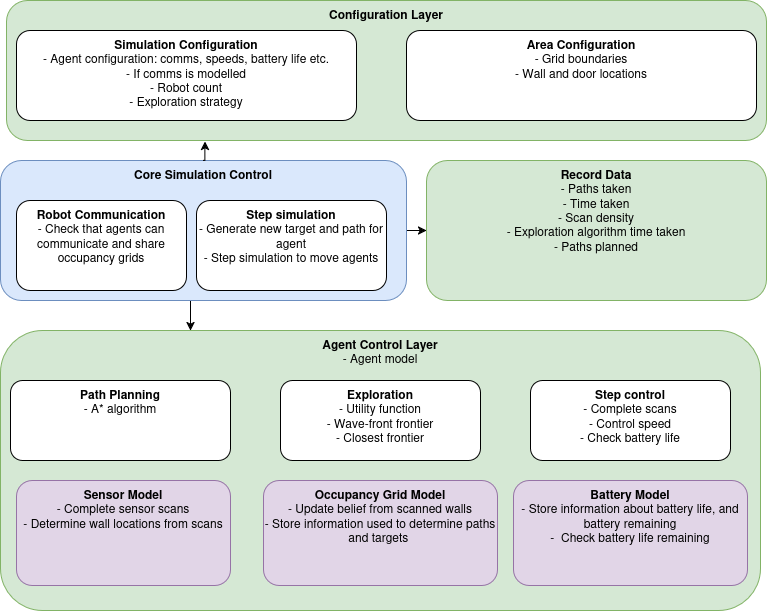
Earlier version of the draw.io export Basic Software Architecture.drawio.png (SophieGreen2073-2/DissertationAbtractModel). Source tidied: cells renumbered, new cells last; positions are measured from the earlier drawing's top-left corner, leaving out a move shared by most shapes.
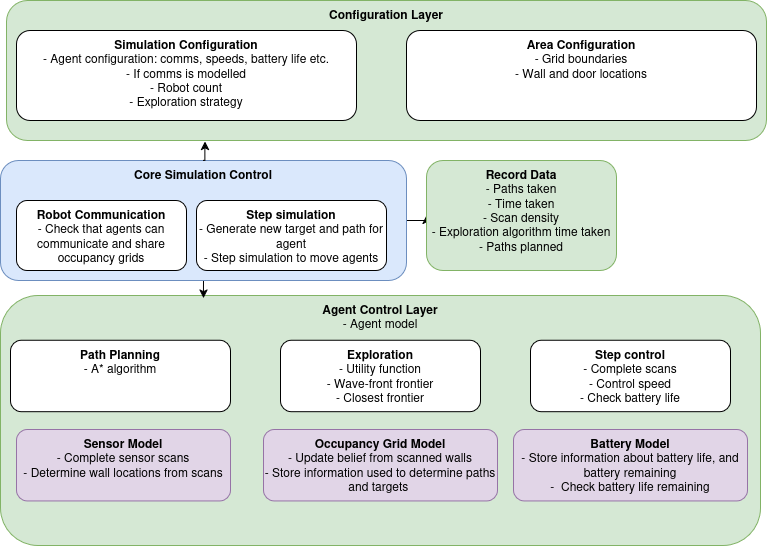
Later version of the same file.

Change to the diagram source:
```diff
@@ -12,46 +12,46 @@
       <mxGeometry x="406" y="30" width="350" height="90" as="geometry" />
     </mxCell>
     <mxCell id="5" style="group;" parent="1" vertex="1">
-      <mxGeometry y="330" width="760" height="280" as="geometry" />
+      <mxGeometry y="295" width="760" height="250" as="geometry" />
     </mxCell>
     <mxCell id="6" value="&lt;div&gt;&lt;b&gt;Agent Control Layer&lt;/b&gt;&lt;/div&gt;- Agent model" style="rounded=1;whiteSpace=wrap;html=1;verticalAlign=top;fillColor=#d5e8d4;strokeColor=#82b366;" parent="5" vertex="1">
-      <mxGeometry width="760" height="280" as="geometry" />
+      <mxGeometry width="760" height="250" as="geometry" />
     </mxCell>
     <mxCell id="7" value="&lt;div&gt;&lt;b&gt;Path Planning&lt;/b&gt;&lt;/div&gt;&lt;div&gt;- A* algorithm&lt;/div&gt;" style="rounded=1;whiteSpace=wrap;html=1;verticalAlign=top;" parent="5" vertex="1">
-      <mxGeometry x="10" y="50" width="220" height="80" as="geometry" />
+      <mxGeometry x="10" y="44.6" width="220" height="71.4" as="geometry" />
     </mxCell>
     <mxCell id="8" value="&lt;div&gt;&lt;b&gt;Exploration&lt;/b&gt;&lt;/div&gt;&lt;div&gt;- Utility function&lt;/div&gt;&lt;div&gt;- Wave-front frontier&lt;/div&gt;&lt;div&gt;- Closest frontier&lt;/div&gt;" style="rounded=1;whiteSpace=wrap;html=1;verticalAlign=top;" parent="5" vertex="1">
-      <mxGeometry x="280" y="50" width="200" height="80" as="geometry" />
+      <mxGeometry x="280" y="44.6" width="200" height="71.4" as="geometry" />
     </mxCell>
     <mxCell id="9" value="&lt;div&gt;&lt;b&gt;Step control&lt;/b&gt;&lt;/div&gt;&lt;div&gt;- Complete scans&lt;/div&gt;&lt;div&gt;- Control speed&lt;/div&gt;&lt;div&gt;- Check battery life&lt;/div&gt;&lt;div&gt;&lt;br&gt;&lt;/div&gt;" style="rounded=1;whiteSpace=wrap;html=1;verticalAlign=top;" parent="5" vertex="1">
-      <mxGeometry x="530" y="50" width="200" height="80" as="geometry" />
+      <mxGeometry x="530" y="44.6" width="200" height="71.4" as="geometry" />
     </mxCell>
     <mxCell id="10" value="&lt;div&gt;&lt;b&gt;Sensor Model&lt;/b&gt;&lt;/div&gt;&lt;div&gt;- Complete sensor scans&lt;/div&gt;&lt;div&gt;- Determine wall locations from scans&lt;/div&gt;" style="rounded=1;whiteSpace=wrap;html=1;verticalAlign=top;fillColor=#e1d5e7;strokeColor=#9673a6;" parent="5" vertex="1">
-      <mxGeometry x="16" y="150" width="214" height="105" as="geometry" />
+      <mxGeometry x="16" y="133.9" width="214" height="71.4" as="geometry" />
     </mxCell>
     <mxCell id="11" value="&lt;div&gt;&lt;b&gt;Occupancy Grid Model&lt;/b&gt;&lt;/div&gt;&lt;div&gt;- Update belief from scanned walls&lt;/div&gt;&lt;div&gt;- Store information used to determine paths and targets&amp;nbsp;&lt;/div&gt;" style="rounded=1;whiteSpace=wrap;html=1;verticalAlign=top;fillColor=#e1d5e7;strokeColor=#9673a6;" parent="5" vertex="1">
-      <mxGeometry x="263" y="150" width="234" height="105" as="geometry" />
+      <mxGeometry x="263" y="133.9" width="234" height="71.4" as="geometry" />
     </mxCell>
     <mxCell id="12" value="&lt;div&gt;&lt;b&gt;Battery Model&lt;/b&gt;&lt;/div&gt;&lt;div&gt;- Store information about battery life, and battery remaining&lt;/div&gt;&lt;div&gt;-&amp;nbsp; Check battery life remaining&lt;/div&gt;" style="rounded=1;whiteSpace=wrap;html=1;verticalAlign=top;fillColor=#e1d5e7;strokeColor=#9673a6;" parent="5" vertex="1">
-      <mxGeometry x="513" y="150" width="234" height="105" as="geometry" />
+      <mxGeometry x="513" y="133.9" width="234" height="71.4" as="geometry" />
     </mxCell>
     <mxCell id="13" style="edgeStyle=orthogonalEdgeStyle;rounded=0;jettySize=auto;html=1;exitX=1;exitY=0.5;exitDx=0;exitDy=0;entryX=0;entryY=0.5;entryDx=0;entryDy=0;" parent="1" edge="1" source="15" target="18">
       <mxGeometry relative="1" as="geometry" />
     </mxCell>
-    <mxCell id="14" style="edgeStyle=orthogonalEdgeStyle;rounded=0;jettySize=auto;html=1;exitX=0.5;exitY=1;exitDx=0;exitDy=0;entryX=0.25;entryY=0;entryDx=0;entryDy=0;" parent="1" edge="1" source="15" target="6">
+    <mxCell id="14" style="edgeStyle=orthogonalEdgeStyle;rounded=0;jettySize=auto;html=1;exitX=0.5;exitY=1;exitDx=0;exitDy=0;entryX=0.267;entryY=0.011;entryDx=0;entryDy=0;entryPerimeter=0;" parent="1" edge="1" source="15" target="6">
       <mxGeometry relative="1" as="geometry" />
     </mxCell>
     <mxCell id="15" value="&lt;b&gt;Core Simulation Control&lt;/b&gt;" style="rounded=1;whiteSpace=wrap;html=1;verticalAlign=top;fillColor=#dae8fc;strokeColor=#6c8ebf;" parent="1" vertex="1">
-      <mxGeometry y="160" width="406" height="140" as="geometry" />
+      <mxGeometry y="160" width="406" height="120" as="geometry" />
     </mxCell>
     <mxCell id="16" value="&lt;div&gt;&lt;b&gt;Robot Communication&lt;/b&gt;&lt;/div&gt;&lt;div&gt;- Check that agents can communicate and share occupancy grids&lt;/div&gt;&lt;div&gt;&lt;br&gt;&lt;/div&gt;" style="rounded=1;whiteSpace=wrap;html=1;verticalAlign=top;" parent="1" vertex="1">
-      <mxGeometry x="16" y="200" width="170" height="90" as="geometry" />
+      <mxGeometry x="16" y="200" width="170" height="70" as="geometry" />
     </mxCell>
     <mxCell id="17" value="&lt;div&gt;&lt;b&gt;Step simulation&lt;/b&gt;&lt;/div&gt;&lt;div&gt;- Generate new target and path for agent&lt;/div&gt;&lt;div&gt;- Step simulation to move agents&lt;/div&gt;" style="rounded=1;whiteSpace=wrap;html=1;verticalAlign=top;" parent="1" vertex="1">
-      <mxGeometry x="196" y="200" width="190" height="90" as="geometry" />
+      <mxGeometry x="196" y="200" width="190" height="70" as="geometry" />
     </mxCell>
     <mxCell id="18" value="&lt;div&gt;&lt;b&gt;Record Data&lt;/b&gt;&lt;/div&gt;&lt;div&gt;- Paths taken&lt;/div&gt;&lt;div&gt;- Time taken&lt;/div&gt;&lt;div&gt;- Scan density&lt;/div&gt;&lt;div&gt;- Exploration algorithm time taken&lt;/div&gt;&lt;div&gt;- Paths planned&lt;/div&gt;" style="rounded=1;whiteSpace=wrap;html=1;verticalAlign=top;fillColor=#d5e8d4;strokeColor=#82b366;" parent="1" vertex="1">
-      <mxGeometry x="426" y="160" width="340" height="140" as="geometry" />
+      <mxGeometry x="426" y="160" width="190" height="110" as="geometry" />
     </mxCell>
     <mxCell id="19" style="edgeStyle=orthogonalEdgeStyle;rounded=0;jettySize=auto;html=1;exitX=0.5;exitY=0;exitDx=0;exitDy=0;entryX=0.261;entryY=1.007;entryDx=0;entryDy=0;entryPerimeter=0;" parent="1" edge="1" source="15" target="2">
       <mxGeometry relative="1" as="geometry" />
```
